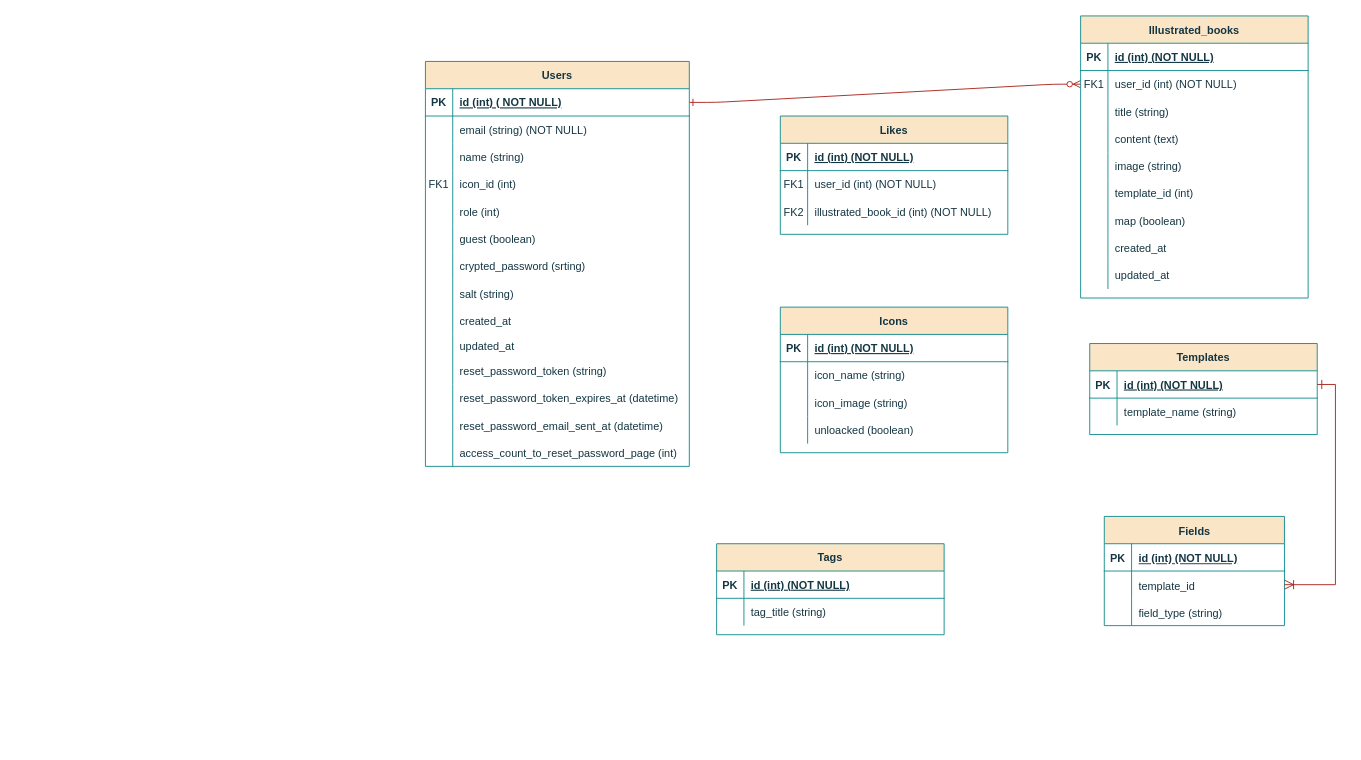
This is 名称未設定ファイル.drawio from furukoshi12/zukan-create, a draw.io file, before an edit. Source tidied: cells renumbered, new cells numbered last; positions are measured from the earlier drawing's top-left corner, leaving out a move shared by most shapes. Both pictures are drawn from the tidied source at 91%, with x=0, y=0 at pixel (425, 15).
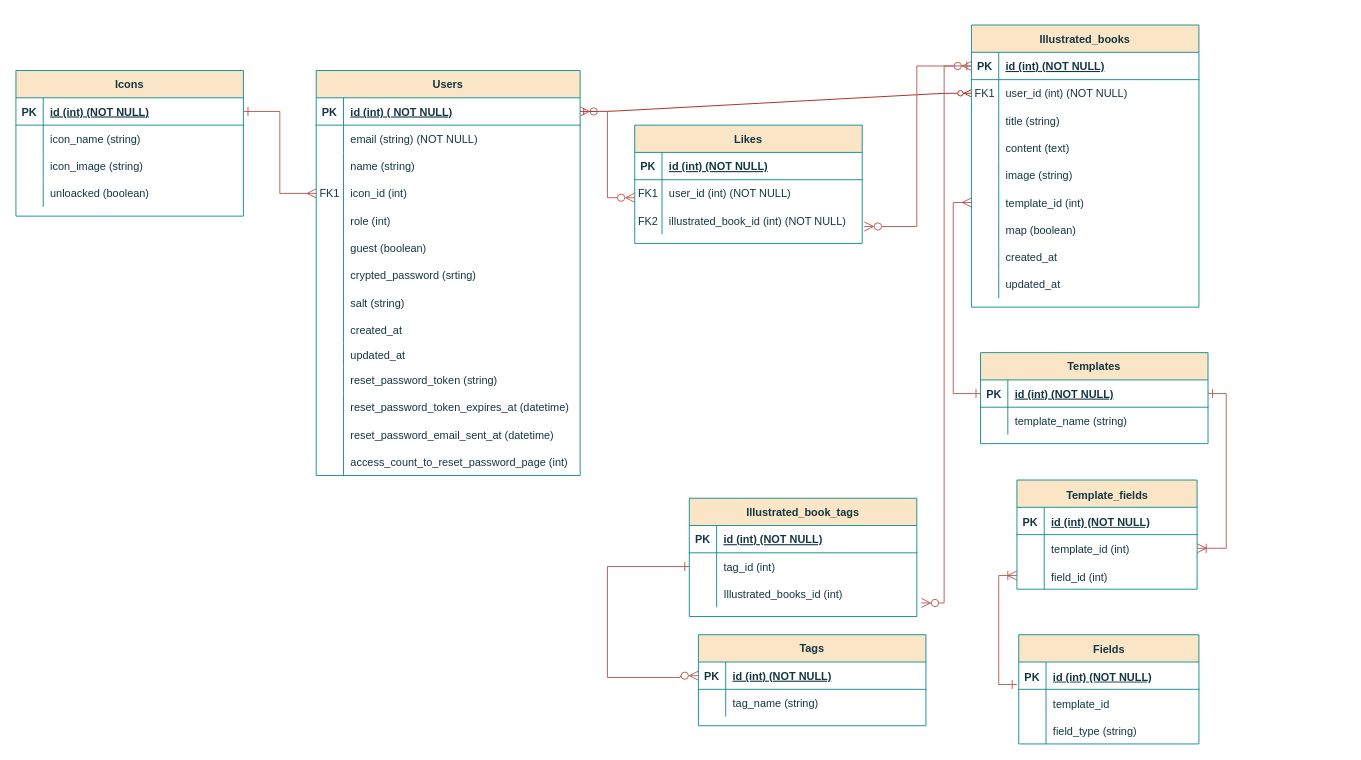
The same page after the edit.

Commit message (it also covers changes not shown here):
名称未設定ファイル.drawio を更新します

Unchanged cells that the change refers to:
```xml
<mxCell id="4" style="shape=partialRectangle;fillColor=none;points=[[0,0.5],[1,0.5]];portConstraint=eastwest;top=0;left=0;right=0;bottom=1;labelBackgroundColor=none;strokeColor=#0F8B8D;fontColor=#143642;" parent="3" vertex="1">
  <mxGeometry y="30" width="250" height="30" as="geometry" />
</mxCell>
<mxCell id="19" style="shape=partialRectangle;fillColor=none;points=[[0,0.5],[1,0.5]];portConstraint=eastwest;top=0;left=0;right=0;bottom=0;labelBackgroundColor=none;strokeColor=#0F8B8D;fontColor=#143642;" parent="3" vertex="1">
  <mxGeometry y="180" width="250" height="30" as="geometry" />
</mxCell>
<mxCell id="32" style="shape=partialRectangle;fillColor=none;points=[[0,0.5],[1,0.5]];portConstraint=eastwest;top=0;left=0;right=0;bottom=1;labelBackgroundColor=none;strokeColor=#0F8B8D;fontColor=#143642;" parent="31" vertex="1">
  <mxGeometry y="30" width="250" height="30" as="geometry" />
</mxCell>
<mxCell id="39" style="shape=partialRectangle;fillColor=none;points=[[0,0.5],[1,0.5]];portConstraint=eastwest;top=0;left=0;right=0;bottom=1;labelBackgroundColor=none;strokeColor=#0F8B8D;fontColor=#143642;" parent="38" vertex="1">
  <mxGeometry y="30" width="290" height="30" as="geometry" />
</mxCell>
<mxCell id="48" style="shape=partialRectangle;fillColor=none;points=[[0,0.5],[1,0.5]];portConstraint=eastwest;top=0;left=0;right=0;bottom=0;labelBackgroundColor=none;strokeColor=#0F8B8D;fontColor=#143642;" parent="38" vertex="1">
  <mxGeometry y="120" width="290" height="30" as="geometry" />
</mxCell>
<mxCell id="82" style="shape=partialRectangle;fillColor=none;points=[[0,0.5],[1,0.5]];portConstraint=eastwest;top=0;left=0;right=0;bottom=1;labelBackgroundColor=none;strokeColor=#0F8B8D;fontColor=#143642;" parent="81" vertex="1">
  <mxGeometry y="30" width="250" height="30" as="geometry" />
</mxCell>
<mxCell id="98" style="shape=partialRectangle;fillColor=none;points=[[0,0.5],[1,0.5]];portConstraint=eastwest;top=0;left=0;right=0;bottom=0;labelBackgroundColor=none;strokeColor=#0F8B8D;fontColor=#143642;" parent="94" vertex="1">
  <mxGeometry y="60" width="250" height="30" as="geometry" />
</mxCell>
<mxCell id="101" style="shape=partialRectangle;fillColor=none;points=[[0,0.5],[1,0.5]];portConstraint=eastwest;top=0;left=0;right=0;bottom=0;labelBackgroundColor=none;strokeColor=#0F8B8D;fontColor=#143642;" parent="94" vertex="1">
  <mxGeometry y="90" width="250" height="30" as="geometry" />
</mxCell>
<mxCell id="105" style="shape=partialRectangle;fillColor=none;points=[[0,0.5],[1,0.5]];portConstraint=eastwest;top=0;left=0;right=0;bottom=1;labelBackgroundColor=none;strokeColor=#0F8B8D;fontColor=#143642;" parent="104" vertex="1">
  <mxGeometry y="30" width="250" height="30" as="geometry" />
</mxCell>
<mxCell id="108" style="shape=partialRectangle;fillColor=none;top=0;left=0;right=0;bottom=0;labelBackgroundColor=none;strokeColor=#0F8B8D;fontColor=#143642;" parent="104" vertex="1">
  <mxGeometry y="60" width="250" height="30" as="geometry" />
</mxCell>
<mxCell id="112" style="shape=tableRow;horizontal=0;startSize=0;swimlaneHead=0;swimlaneBody=0;fillColor=none;points=[[0,0.5],[1,0.5]];portConstraint=eastwest;top=0;left=0;right=0;bottom=1;strokeColor=#0F8B8D;fontSize=16;fontColor=#143642;" parent="111" vertex="1">
  <mxGeometry y="30" width="198" height="30" as="geometry" />
</mxCell>
<mxCell id="115" style="shape=tableRow;horizontal=0;startSize=0;swimlaneHead=0;swimlaneBody=0;fillColor=none;points=[[0,0.5],[1,0.5]];portConstraint=eastwest;top=0;left=0;right=0;bottom=0;strokeColor=#0F8B8D;fontSize=16;fontColor=#143642;" parent="111" vertex="1">
  <mxGeometry y="60" width="198" height="30" as="geometry" />
</mxCell>
```

What changed in the source:
```diff
@@
     <mxCell id="3" value="Illustrated_books" style="shape=table;startSize=30;childLayout=tableLayout;rowLines=0;fontStyle=1;align=center;labelBackgroundColor=none;fillColor=#FAE5C7;strokeColor=#0F8B8D;fontColor=#143642;" parent="1" vertex="1">
-      <mxGeometry x="720" width="250" height="310" as="geometry" />
+      <mxGeometry x="600" y="10" width="250" height="310" as="geometry" />
     </mxCell>
@@
     <mxCell id="31" value="Templates" style="shape=table;startSize=30;childLayout=tableLayout;rowLines=0;fontStyle=1;align=center;labelBackgroundColor=none;fillColor=#FAE5C7;strokeColor=#0F8B8D;fontColor=#143642;" parent="1" vertex="1">
-      <mxGeometry x="730" y="360" width="250" height="100" as="geometry" />
+      <mxGeometry x="610" y="370" width="250" height="100" as="geometry" />
     </mxCell>
@@
     <mxCell id="38" value="Users" style="shape=table;startSize=30;childLayout=tableLayout;rowLines=0;fontStyle=1;align=center;labelBackgroundColor=none;fillColor=#FAE5C7;strokeColor=#0F8B8D;fontColor=#143642;" parent="1" vertex="1">
-      <mxGeometry y="50" width="290" height="445" as="geometry" />
+      <mxGeometry x="-120" y="60" width="290" height="445" as="geometry" />
     </mxCell>
@@
     <mxCell id="81" value="Icons" style="shape=table;startSize=30;childLayout=tableLayout;rowLines=0;fontStyle=1;align=center;labelBackgroundColor=none;fillColor=#FAE5C7;strokeColor=#0F8B8D;fontColor=#143642;" parent="1" vertex="1">
-      <mxGeometry x="390" y="320" width="250" height="160" as="geometry" />
+      <mxGeometry x="-450" y="60" width="250" height="160" as="geometry" />
     </mxCell>
@@
     <mxCell id="94" value="Likes" style="shape=table;startSize=30;childLayout=tableLayout;rowLines=0;fontStyle=1;align=center;labelBackgroundColor=none;fillColor=#FAE5C7;strokeColor=#0F8B8D;fontColor=#143642;" parent="1" vertex="1">
-      <mxGeometry x="390" y="110" width="250" height="130" as="geometry" />
+      <mxGeometry x="230" y="120" width="250" height="130" as="geometry" />
     </mxCell>
@@
     <mxCell id="104" value="Tags" style="shape=table;startSize=30;childLayout=tableLayout;rowLines=0;fontStyle=1;align=center;labelBackgroundColor=none;fillColor=#FAE5C7;strokeColor=#0F8B8D;fontColor=#143642;" parent="1" vertex="1">
-      <mxGeometry x="320" y="580" width="250" height="100" as="geometry" />
+      <mxGeometry x="300" y="680" width="250" height="100" as="geometry" />
     </mxCell>
@@
-    <mxCell id="110" value="tag_title (string)" style="shape=partialRectangle;overflow=hidden;fillColor=none;top=0;left=0;bottom=0;right=0;align=left;spacingLeft=6;labelBackgroundColor=none;strokeColor=#0F8B8D;fontColor=#143642;" parent="108" vertex="1">
+    <mxCell id="110" value="tag_name (string)" style="shape=partialRectangle;overflow=hidden;fillColor=none;top=0;left=0;bottom=0;right=0;align=left;spacingLeft=6;labelBackgroundColor=none;strokeColor=#0F8B8D;fontColor=#143642;" parent="108" vertex="1">
       <mxGeometry x="30" width="220" height="30" as="geometry" />
     </mxCell>
     <mxCell id="111" value="&lt;font style=&quot;font-size: 12px;&quot;&gt;Fields&lt;/font&gt;" style="shape=table;startSize=30;childLayout=tableLayout;rowLines=0;fontStyle=1;align=center;html=1;strokeColor=#0F8B8D;fontSize=16;fontColor=#143642;fillColor=#FAE5C7;" parent="1" vertex="1">
-      <mxGeometry x="746" y="550" width="198" height="120" as="geometry" />
+      <mxGeometry x="652" y="680" width="198" height="120" as="geometry" />
     </mxCell>
@@
-    <mxCell id="121" style="edgeStyle=orthogonalEdgeStyle;rounded=0;jettySize=auto;html=1;exitX=1;exitY=0.5;exitDx=0;exitDy=0;entryX=1;entryY=0.5;entryDx=0;entryDy=0;strokeColor=#A8201A;fontSize=12;fontColor=#143642;startSize=8;endSize=8;fillColor=#FAE5C7;endArrow=ERoneToMany;endFill=0;startArrow=ERone;startFill=0;" parent="1" edge="1" source="32" target="115">
-      <mxGeometry relative="1" as="geometry" />
-    </mxCell>
+    <mxCell id="122" value="Illustrated_book_tags" style="shape=table;startSize=30;childLayout=tableLayout;rowLines=0;fontStyle=1;align=center;labelBackgroundColor=none;fillColor=#FAE5C7;strokeColor=#0F8B8D;fontColor=#143642;" parent="1" vertex="1">
+      <mxGeometry x="290" y="530" width="250" height="130" as="geometry" />
+    </mxCell>
+    <mxCell id="123" style="shape=partialRectangle;fillColor=none;top=0;left=0;right=0;bottom=1;labelBackgroundColor=none;strokeColor=#0F8B8D;fontColor=#143642;" parent="122" vertex="1">
+      <mxGeometry y="30" width="250" height="30" as="geometry" />
+    </mxCell>
+    <mxCell id="124" value="PK" style="shape=partialRectangle;overflow=hidden;fillColor=none;top=0;left=0;bottom=0;right=0;fontStyle=1;labelBackgroundColor=none;strokeColor=#0F8B8D;fontColor=#143642;" parent="123" vertex="1">
+      <mxGeometry width="30" height="30" as="geometry" />
+    </mxCell>
+    <mxCell id="125" value="id (int) (NOT NULL)" style="shape=partialRectangle;overflow=hidden;fillColor=none;top=0;left=0;bottom=0;right=0;align=left;spacingLeft=6;fontStyle=5;labelBackgroundColor=none;strokeColor=#0F8B8D;fontColor=#143642;" parent="123" vertex="1">
+      <mxGeometry x="30" width="220" height="30" as="geometry" />
+    </mxCell>
+    <mxCell id="126" style="shape=partialRectangle;fillColor=none;points=[[0,0.5],[1,0.5]];portConstraint=eastwest;top=0;left=0;right=0;bottom=0;labelBackgroundColor=none;strokeColor=#0F8B8D;fontColor=#143642;" parent="122" vertex="1">
+      <mxGeometry y="60" width="250" height="30" as="geometry" />
+    </mxCell>
+    <mxCell id="127" style="shape=partialRectangle;overflow=hidden;fillColor=none;top=0;left=0;bottom=0;right=0;labelBackgroundColor=none;strokeColor=#0F8B8D;fontColor=#143642;" parent="126" vertex="1">
+      <mxGeometry width="30" height="30" as="geometry" />
+    </mxCell>
+    <mxCell id="128" value="tag_id (int)" style="shape=partialRectangle;overflow=hidden;fillColor=none;top=0;left=0;bottom=0;right=0;align=left;spacingLeft=6;labelBackgroundColor=none;strokeColor=#0F8B8D;fontColor=#143642;" parent="126" vertex="1">
+      <mxGeometry x="30" width="220" height="30" as="geometry" />
+    </mxCell>
+    <mxCell id="129" style="shape=partialRectangle;fillColor=none;points=[[0,0.5],[1,0.5]];portConstraint=eastwest;top=0;left=0;right=0;bottom=0;labelBackgroundColor=none;strokeColor=#0F8B8D;fontColor=#143642;" parent="122" vertex="1">
+      <mxGeometry y="90" width="250" height="30" as="geometry" />
+    </mxCell>
+    <mxCell id="130" style="shape=partialRectangle;overflow=hidden;fillColor=none;top=0;left=0;bottom=0;right=0;labelBackgroundColor=none;strokeColor=#0F8B8D;fontColor=#143642;" parent="129" vertex="1">
+      <mxGeometry width="30" height="30" as="geometry" />
+    </mxCell>
+    <mxCell id="131" value="Illustrated_books_id (int)" style="shape=partialRectangle;overflow=hidden;fillColor=none;top=0;left=0;bottom=0;right=0;align=left;spacingLeft=6;labelBackgroundColor=none;strokeColor=#0F8B8D;fontColor=#143642;" parent="129" vertex="1">
+      <mxGeometry x="30" width="220" height="30" as="geometry" />
+    </mxCell>
+    <mxCell id="132" style="edgeStyle=orthogonalEdgeStyle;rounded=0;jettySize=auto;html=1;exitX=0;exitY=0.5;exitDx=0;exitDy=0;entryX=1.02;entryY=0.836;entryDx=0;entryDy=0;entryPerimeter=0;fontSize=12;startSize=8;endSize=8;endArrow=ERzeroToMany;endFill=0;startArrow=ERone;startFill=0;fillColor=#f8cecc;strokeColor=#b85450;" parent="1" edge="1" source="4" target="129">
+      <mxGeometry relative="1" as="geometry" />
+    </mxCell>
+    <mxCell id="133" style="edgeStyle=orthogonalEdgeStyle;rounded=0;jettySize=auto;html=1;exitX=0;exitY=0.5;exitDx=0;exitDy=0;fontSize=12;startSize=8;endSize=8;startArrow=ERone;startFill=0;endArrow=ERzeroToMany;endFill=0;fillColor=#f8cecc;strokeColor=#b85450;entryX=0;entryY=0.5;entryDx=0;entryDy=0;" parent="1" edge="1" source="126" target="105">
+      <mxGeometry relative="1" as="geometry">
+        <Array as="points">
+          <mxPoint x="200" y="605" />
+          <mxPoint x="200" y="727" />
+          <mxPoint x="280" y="727" />
+        </Array>
+      </mxGeometry>
+    </mxCell>
+    <mxCell id="134" style="edgeStyle=orthogonalEdgeStyle;rounded=0;jettySize=auto;html=1;exitX=1;exitY=0.5;exitDx=0;exitDy=0;entryX=0;entryY=0.659;entryDx=0;entryDy=0;entryPerimeter=0;fontSize=12;startSize=8;endSize=8;endArrow=ERzeroToMany;endFill=0;startArrow=ERzeroToMany;startFill=0;fillColor=#f8cecc;strokeColor=#b85450;" parent="1" edge="1" source="39" target="98">
+      <mxGeometry relative="1" as="geometry" />
+    </mxCell>
+    <mxCell id="135" style="edgeStyle=orthogonalEdgeStyle;rounded=0;jettySize=auto;html=1;exitX=0;exitY=0.5;exitDx=0;exitDy=0;entryX=1.009;entryY=0.713;entryDx=0;entryDy=0;entryPerimeter=0;fontSize=12;startSize=8;endSize=8;fillColor=#f8cecc;strokeColor=#b85450;endArrow=ERzeroToMany;endFill=0;startArrow=ERzeroToMany;startFill=0;" parent="1" edge="1" source="4" target="101">
+      <mxGeometry relative="1" as="geometry" />
+    </mxCell>
+    <mxCell id="136" style="edgeStyle=orthogonalEdgeStyle;rounded=0;jettySize=auto;html=1;exitX=0;exitY=0.5;exitDx=0;exitDy=0;entryX=1;entryY=0.5;entryDx=0;entryDy=0;fontSize=12;startSize=8;endSize=8;fillColor=#f8cecc;strokeColor=#b85450;startArrow=ERmany;startFill=0;endArrow=ERone;endFill=0;" parent="1" edge="1" source="48" target="82">
+      <mxGeometry relative="1" as="geometry" />
+    </mxCell>
+    <mxCell id="137" style="edgeStyle=orthogonalEdgeStyle;rounded=0;jettySize=auto;html=1;exitX=0;exitY=0.5;exitDx=0;exitDy=0;entryX=0;entryY=0.5;entryDx=0;entryDy=0;fontSize=12;startSize=8;endSize=8;fillColor=#f8cecc;strokeColor=#b85450;endArrow=ERone;endFill=0;startArrow=ERmany;startFill=0;" parent="1" edge="1" source="19" target="32">
+      <mxGeometry relative="1" as="geometry" />
+    </mxCell>
+    <mxCell id="138" value="&lt;span style=&quot;font-size: 12px;&quot;&gt;Template_fields&lt;/span&gt;" style="shape=table;startSize=30;childLayout=tableLayout;rowLines=0;fontStyle=1;align=center;html=1;strokeColor=#0F8B8D;fontSize=16;fontColor=#143642;fillColor=#FAE5C7;" parent="1" vertex="1">
+      <mxGeometry x="650" y="510" width="198" height="120" as="geometry" />
+    </mxCell>
+    <mxCell id="139" style="shape=tableRow;horizontal=0;startSize=0;swimlaneHead=0;swimlaneBody=0;fillColor=none;top=0;left=0;right=0;bottom=1;strokeColor=#0F8B8D;fontSize=16;fontColor=#143642;" parent="138" vertex="1">
+      <mxGeometry y="30" width="198" height="30" as="geometry" />
+    </mxCell>
+    <mxCell id="140" value="&lt;font style=&quot;font-size: 12px;&quot;&gt;PK&lt;/font&gt;" style="shape=partialRectangle;fillColor=none;top=0;left=0;bottom=0;right=0;fontStyle=1;overflow=hidden;whiteSpace=wrap;html=1;strokeColor=#0F8B8D;fontSize=16;fontColor=#143642;" parent="139" vertex="1">
+      <mxGeometry width="30" height="30" as="geometry" />
+    </mxCell>
+    <mxCell id="141" value="&lt;font style=&quot;font-size: 12px;&quot;&gt;id (int) (NOT NULL)&lt;/font&gt;" style="shape=partialRectangle;fillColor=none;top=0;left=0;bottom=0;right=0;align=left;spacingLeft=6;fontStyle=5;overflow=hidden;whiteSpace=wrap;html=1;strokeColor=#0F8B8D;fontSize=16;fontColor=#143642;" parent="139" vertex="1">
+      <mxGeometry x="30" width="168" height="30" as="geometry" />
+    </mxCell>
+    <mxCell id="142" style="shape=tableRow;horizontal=0;startSize=0;swimlaneHead=0;swimlaneBody=0;fillColor=none;points=[[0,0.5],[1,0.5]];portConstraint=eastwest;top=0;left=0;right=0;bottom=0;strokeColor=#0F8B8D;fontSize=16;fontColor=#143642;" parent="138" vertex="1">
+      <mxGeometry y="60" width="198" height="30" as="geometry" />
+    </mxCell>
+    <mxCell id="143" style="shape=partialRectangle;fillColor=none;top=0;left=0;bottom=0;right=0;overflow=hidden;whiteSpace=wrap;html=1;strokeColor=#0F8B8D;fontSize=16;fontColor=#143642;" parent="142" vertex="1">
+      <mxGeometry width="30" height="30" as="geometry" />
+    </mxCell>
+    <mxCell id="144" value="&lt;font style=&quot;font-size: 12px;&quot;&gt;template_id (int)&lt;/font&gt;" style="shape=partialRectangle;fillColor=none;top=0;left=0;bottom=0;right=0;align=left;spacingLeft=6;overflow=hidden;whiteSpace=wrap;html=1;strokeColor=#0F8B8D;fontSize=16;fontColor=#143642;" parent="142" vertex="1">
+      <mxGeometry x="30" width="168" height="30" as="geometry" />
+    </mxCell>
+    <mxCell id="145" style="shape=tableRow;horizontal=0;startSize=0;swimlaneHead=0;swimlaneBody=0;fillColor=none;points=[[0,0.5],[1,0.5]];portConstraint=eastwest;top=0;left=0;right=0;bottom=0;strokeColor=#0F8B8D;fontSize=16;fontColor=#143642;" parent="138" vertex="1">
+      <mxGeometry y="90" width="198" height="30" as="geometry" />
+    </mxCell>
+    <mxCell id="146" style="shape=partialRectangle;fillColor=none;top=0;left=0;bottom=0;right=0;overflow=hidden;whiteSpace=wrap;html=1;strokeColor=#0F8B8D;fontSize=16;fontColor=#143642;" parent="145" vertex="1">
+      <mxGeometry width="30" height="30" as="geometry" />
+    </mxCell>
+    <mxCell id="147" value="&lt;font style=&quot;font-size: 12px;&quot;&gt;field_id (int)&lt;/font&gt;" style="shape=partialRectangle;fillColor=none;top=0;left=0;bottom=0;right=0;align=left;spacingLeft=6;overflow=hidden;whiteSpace=wrap;html=1;strokeColor=#0F8B8D;fontSize=16;fontColor=#143642;" parent="145" vertex="1">
+      <mxGeometry x="30" width="168" height="30" as="geometry" />
+    </mxCell>
+    <mxCell id="148" style="edgeStyle=orthogonalEdgeStyle;rounded=0;jettySize=auto;html=1;exitX=1;exitY=0.5;exitDx=0;exitDy=0;entryX=1;entryY=0.5;entryDx=0;entryDy=0;fontSize=12;startSize=8;endSize=8;fillColor=#f8cecc;strokeColor=#b85450;startArrow=ERone;startFill=0;endArrow=ERoneToMany;endFill=0;" parent="1" edge="1" source="32" target="142">
+      <mxGeometry relative="1" as="geometry" />
+    </mxCell>
+    <mxCell id="149" style="edgeStyle=orthogonalEdgeStyle;rounded=0;jettySize=auto;html=1;exitX=0;exitY=0.5;exitDx=0;exitDy=0;entryX=-0.011;entryY=0.824;entryDx=0;entryDy=0;entryPerimeter=0;fontSize=12;startSize=8;endSize=8;fillColor=#f8cecc;strokeColor=#b85450;startArrow=ERoneToMany;startFill=0;endArrow=ERone;endFill=0;" parent="1" edge="1" source="145" target="112">
+      <mxGeometry relative="1" as="geometry" />
+    </mxCell>
```
